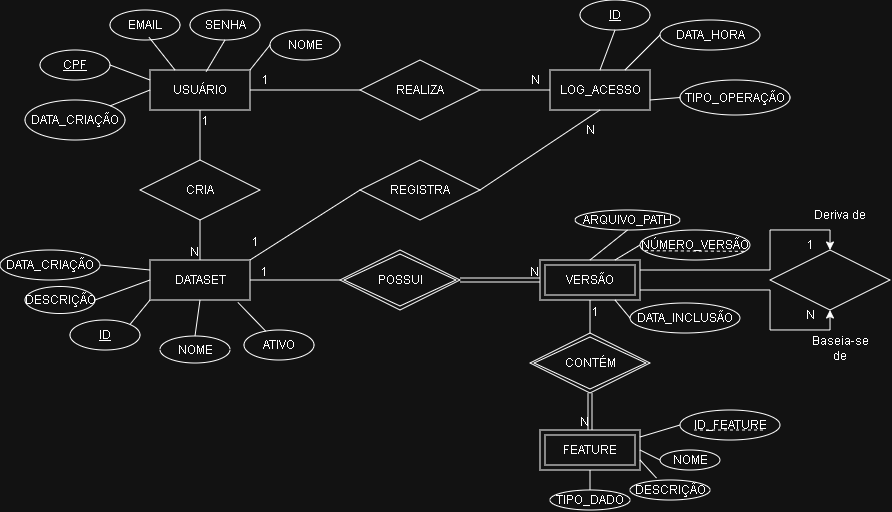
This is DOCS/modelo_er.drawio.png from GabrielPaduan/Trabalho_Banco_de_Dados_2026, a draw.io export, as it was before one commit. Source tidied: cells renumbered, new cells last; positions are measured from the earlier drawing's top-left corner, leaving out a move shared by most shapes.
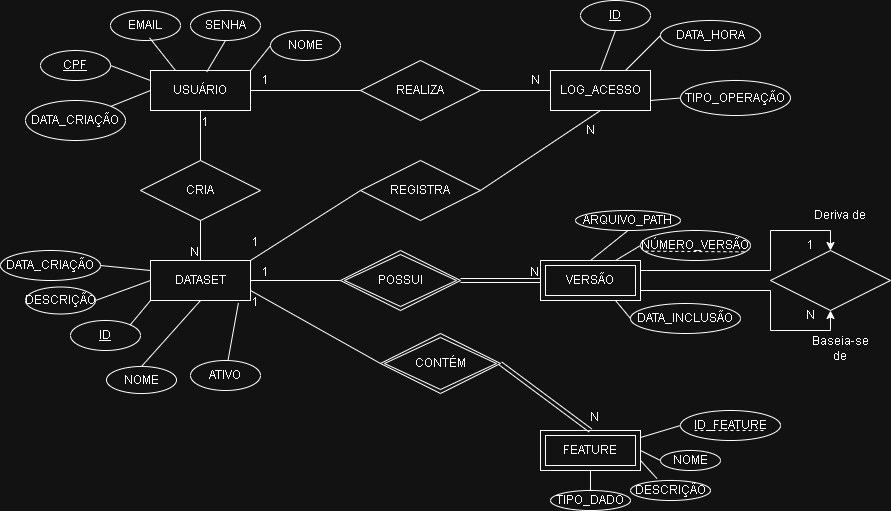
Above is the later version.

Change to the diagram source:
```diff
@@ -91,15 +91,17 @@
       <mxGeometry x="340" y="250" width="120" height="60" as="geometry" />
     </mxCell>
     <mxCell id="26" value="CONTÉM" style="shape=rhombus;double=1;perimeter=rhombusPerimeter;whiteSpace=wrap;html=1;align=center;" parent="1" vertex="1">
-      <mxGeometry x="530" y="333" width="120" height="60" as="geometry" />
+      <mxGeometry x="380" y="333" width="120" height="60" as="geometry" />
     </mxCell>
-    <mxCell id="27" style="shape=link;html=1;rounded=0;entryX=0.5;entryY=0;entryDx=0;entryDy=0;exitX=0.5;exitY=1;exitDx=0;exitDy=0;" parent="1" edge="1" source="26" target="24">
+    <mxCell id="27" style="shape=link;html=1;rounded=0;entryX=0.5;entryY=0;entryDx=0;entryDy=0;exitX=1;exitY=0.5;exitDx=0;exitDy=0;" parent="1" edge="1" source="26" target="24">
       <mxGeometry relative="1" as="geometry" />
     </mxCell>
     <mxCell id="28" value="N" style="html=1;whiteSpace=wrap;align=right;verticalAlign=bottom;" parent="27" vertex="1">
-      <mxGeometry x="1" relative="1" as="geometry" />
+      <mxGeometry x="1" relative="1" as="geometry">
+        <mxPoint x="10" y="-5" as="offset" />
+      </mxGeometry>
     </mxCell>
-    <mxCell id="29" style="endArrow=none;html=1;rounded=0;exitX=0.5;exitY=0;exitDx=0;exitDy=0;entryX=0.5;entryY=1;entryDx=0;entryDy=0;" parent="1" edge="1" source="26" target="5">
+    <mxCell id="29" style="endArrow=none;html=1;rounded=0;exitX=0;exitY=0.5;exitDx=0;exitDy=0;entryX=1;entryY=0.75;entryDx=0;entryDy=0;" parent="1" edge="1" source="26" target="2">
       <mxGeometry relative="1" as="geometry" />
     </mxCell>
     <mxCell id="30" value="1" style="html=1;whiteSpace=wrap;align=right;verticalAlign=bottom;" parent="29" vertex="1">
@@ -156,7 +158,7 @@
       <mxGeometry relative="1" as="geometry" />
     </mxCell>
     <mxCell id="47" value="NOME" style="ellipse;whiteSpace=wrap;html=1;align=center;" parent="1" vertex="1">
-      <mxGeometry x="160" y="336" width="70" height="27" as="geometry" />
+      <mxGeometry x="106" y="366" width="70" height="27" as="geometry" />
     </mxCell>
     <mxCell id="48" style="endArrow=none;html=1;rounded=0;exitX=0.5;exitY=0;exitDx=0;exitDy=0;entryX=0.5;entryY=1;entryDx=0;entryDy=0;" parent="1" edge="1" source="47" target="2">
       <mxGeometry relative="1" as="geometry" />
@@ -260,7 +262,7 @@
       </mxGeometry>
     </mxCell>
     <mxCell id="79" value="ATIVO" style="ellipse;whiteSpace=wrap;html=1;align=center;" parent="1" vertex="1">
-      <mxGeometry x="244" y="330" width="70" height="30" as="geometry" />
+      <mxGeometry x="190" y="360" width="70" height="30" as="geometry" />
     </mxCell>
     <mxCell id="80" style="endArrow=none;html=1;rounded=0;entryX=0.879;entryY=1.06;entryDx=0;entryDy=0;entryPerimeter=0;" parent="1" edge="1" source="79" target="2">
       <mxGeometry relative="1" as="geometry" />
```
